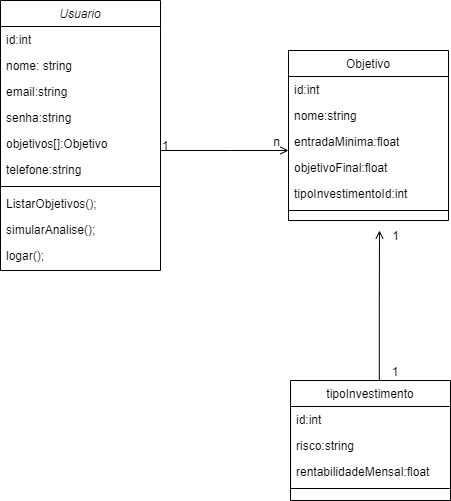
Above: DiagramasimuladorSaks.png in bernarDuarte/SimuladorDeInvestimento (draw.io), before the change. Source tidied: cells renumbered, new cells last; positions are measured from the earlier drawing's top-left corner, leaving out a move shared by most shapes. Its diagram source:
```xml
<mxGraphModel>
  <root>
    <mxCell id="0" />
    <mxCell id="1" parent="0" />
    <mxCell id="2" value="Usuario" style="swimlane;fontStyle=2;align=center;verticalAlign=top;horizontal=1;startSize=26;rounded=0;shadow=0;strokeWidth=1;" parent="1" vertex="1">
      <mxGeometry width="160" height="270" as="geometry" />
    </mxCell>
    <mxCell id="3" value="id:int" style="text;align=left;verticalAlign=top;spacingLeft=4;spacingRight=4;overflow=hidden;rounded=0;shadow=0;html=0;" parent="2" vertex="1">
      <mxGeometry y="26" width="160" height="26" as="geometry" />
    </mxCell>
    <mxCell id="4" value="nome: string" style="text;align=left;verticalAlign=top;spacingLeft=4;spacingRight=4;overflow=hidden;" parent="2" vertex="1">
      <mxGeometry y="52" width="160" height="26" as="geometry" />
    </mxCell>
    <mxCell id="5" value="email:string" style="text;align=left;verticalAlign=top;spacingLeft=4;spacingRight=4;overflow=hidden;rounded=0;shadow=0;html=0;" parent="2" vertex="1">
      <mxGeometry y="78" width="160" height="26" as="geometry" />
    </mxCell>
    <mxCell id="6" value="senha:string" style="text;align=left;verticalAlign=top;spacingLeft=4;spacingRight=4;overflow=hidden;rounded=0;shadow=0;html=0;" parent="2" vertex="1">
      <mxGeometry y="104" width="160" height="26" as="geometry" />
    </mxCell>
    <mxCell id="7" value="objetivos[]:Objetivo" style="text;align=left;verticalAlign=top;spacingLeft=4;spacingRight=4;overflow=hidden;rounded=0;shadow=0;html=0;" parent="2" vertex="1">
      <mxGeometry y="130" width="160" height="26" as="geometry" />
    </mxCell>
    <mxCell id="8" value="telefone:string" style="text;align=left;verticalAlign=top;spacingLeft=4;spacingRight=4;overflow=hidden;rounded=0;shadow=0;html=0;" parent="2" vertex="1">
      <mxGeometry y="156" width="160" height="26" as="geometry" />
    </mxCell>
    <mxCell id="9" style="line;html=1;strokeWidth=1;align=left;verticalAlign=middle;spacingTop=-1;spacingLeft=3;spacingRight=3;labelPosition=right;" parent="2" vertex="1">
      <mxGeometry y="182" width="160" height="8" as="geometry" />
    </mxCell>
    <mxCell id="10" value="ListarObjetivos();" style="text;align=left;verticalAlign=top;spacingLeft=4;spacingRight=4;overflow=hidden;" parent="2" vertex="1">
      <mxGeometry y="190" width="160" height="26" as="geometry" />
    </mxCell>
    <mxCell id="11" value="simularAnalise();" style="text;align=left;verticalAlign=top;spacingLeft=4;spacingRight=4;overflow=hidden;" parent="2" vertex="1">
      <mxGeometry y="216" width="160" height="26" as="geometry" />
    </mxCell>
    <mxCell id="12" value="logar();" style="text;align=left;verticalAlign=top;spacingLeft=4;spacingRight=4;overflow=hidden;" parent="2" vertex="1">
      <mxGeometry y="242" width="160" height="26" as="geometry" />
    </mxCell>
    <mxCell id="13" value="tipoInvestimento" style="swimlane;fontStyle=0;align=center;verticalAlign=top;horizontal=1;startSize=26;rounded=0;shadow=0;strokeWidth=1;" parent="1" vertex="1">
      <mxGeometry x="290" y="380" width="160" height="120" as="geometry" />
    </mxCell>
    <mxCell id="14" value="id:int" style="text;align=left;verticalAlign=top;spacingLeft=4;spacingRight=4;overflow=hidden;" parent="13" vertex="1">
      <mxGeometry y="26" width="160" height="26" as="geometry" />
    </mxCell>
    <mxCell id="15" value="risco:string&#10;" style="text;align=left;verticalAlign=top;spacingLeft=4;spacingRight=4;overflow=hidden;rounded=0;shadow=0;html=0;" parent="13" vertex="1">
      <mxGeometry y="52" width="160" height="26" as="geometry" />
    </mxCell>
    <mxCell id="16" value="rentabilidadeMensal:float" style="text;align=left;verticalAlign=top;spacingLeft=4;spacingRight=4;overflow=hidden;" parent="13" vertex="1">
      <mxGeometry y="78" width="160" height="26" as="geometry" />
    </mxCell>
    <mxCell id="17" style="line;html=1;strokeWidth=1;align=left;verticalAlign=middle;spacingTop=-1;spacingLeft=3;spacingRight=3;labelPosition=right;" parent="13" vertex="1">
      <mxGeometry y="104" width="160" height="8" as="geometry" />
    </mxCell>
    <mxCell id="18" value="Objetivo" style="swimlane;fontStyle=0;align=center;verticalAlign=top;horizontal=1;startSize=26;rounded=0;shadow=0;strokeWidth=1;" parent="1" vertex="1">
      <mxGeometry x="288" y="50" width="160" height="170" as="geometry" />
    </mxCell>
    <mxCell id="19" value="id:int" style="text;align=left;verticalAlign=top;spacingLeft=4;spacingRight=4;overflow=hidden;" parent="18" vertex="1">
      <mxGeometry y="26" width="160" height="26" as="geometry" />
    </mxCell>
    <mxCell id="20" value="nome:string&#10;" style="text;align=left;verticalAlign=top;spacingLeft=4;spacingRight=4;overflow=hidden;rounded=0;shadow=0;html=0;" parent="18" vertex="1">
      <mxGeometry y="52" width="160" height="26" as="geometry" />
    </mxCell>
    <mxCell id="21" value="entradaMinima:float" style="text;align=left;verticalAlign=top;spacingLeft=4;spacingRight=4;overflow=hidden;rounded=0;shadow=0;html=0;" parent="18" vertex="1">
      <mxGeometry y="78" width="160" height="26" as="geometry" />
    </mxCell>
    <mxCell id="22" value="objetivoFinal:float" style="text;align=left;verticalAlign=top;spacingLeft=4;spacingRight=4;overflow=hidden;rounded=0;shadow=0;html=0;" parent="18" vertex="1">
      <mxGeometry y="104" width="160" height="26" as="geometry" />
    </mxCell>
    <mxCell id="23" value="tipoInvestimentoId:int" style="text;align=left;verticalAlign=top;spacingLeft=4;spacingRight=4;overflow=hidden;rounded=0;shadow=0;html=0;" parent="18" vertex="1">
      <mxGeometry y="130" width="160" height="26" as="geometry" />
    </mxCell>
    <mxCell id="24" style="line;html=1;strokeWidth=1;align=left;verticalAlign=middle;spacingTop=-1;spacingLeft=3;spacingRight=3;labelPosition=right;" parent="18" vertex="1">
      <mxGeometry y="156" width="160" height="8" as="geometry" />
    </mxCell>
    <mxCell id="25" style="endArrow=open;shadow=0;strokeWidth=1;rounded=0;endFill=1;edgeStyle=elbowEdgeStyle;elbow=vertical;" parent="1" edge="1" source="2" target="18">
      <mxGeometry x="0.5" y="41" relative="1" as="geometry">
        <Array as="points">
          <mxPoint x="230" y="150" />
        </Array>
        <mxPoint x="-40" y="32" as="offset" />
      </mxGeometry>
    </mxCell>
    <mxCell id="26" value="1 " style="align=left;verticalAlign=bottom;labelBackgroundColor=none;fontSize=12;" parent="25" vertex="1">
      <mxGeometry x="-1" relative="1" as="geometry">
        <mxPoint y="4" as="offset" />
      </mxGeometry>
    </mxCell>
    <mxCell id="27" value="n" style="align=right;verticalAlign=bottom;labelBackgroundColor=none;fontSize=12;" parent="25" vertex="1">
      <mxGeometry x="1" relative="1" as="geometry">
        <mxPoint x="-7" as="offset" />
      </mxGeometry>
    </mxCell>
    <mxCell id="28" style="endArrow=open;shadow=0;strokeWidth=1;rounded=0;endFill=1;edgeStyle=elbowEdgeStyle;elbow=vertical;exitX=0.555;exitY=0;exitDx=0;exitDy=0;exitPerimeter=0;" parent="1" edge="1" source="13">
      <mxGeometry x="0.5" y="41" relative="1" as="geometry">
        <mxPoint x="379" y="230" as="targetPoint" />
        <mxPoint x="-40" y="32" as="offset" />
      </mxGeometry>
    </mxCell>
    <mxCell id="29" value="1" style="align=left;verticalAlign=bottom;labelBackgroundColor=none;fontSize=12;" parent="28" vertex="1">
      <mxGeometry x="-1" relative="1" as="geometry">
        <mxPoint x="11" as="offset" />
      </mxGeometry>
    </mxCell>
    <mxCell id="30" value="1" style="align=right;verticalAlign=bottom;labelBackgroundColor=none;fontSize=12;" parent="28" vertex="1">
      <mxGeometry x="1" relative="1" as="geometry">
        <mxPoint x="21" y="14" as="offset" />
      </mxGeometry>
    </mxCell>
  </root>
</mxGraphModel>
```
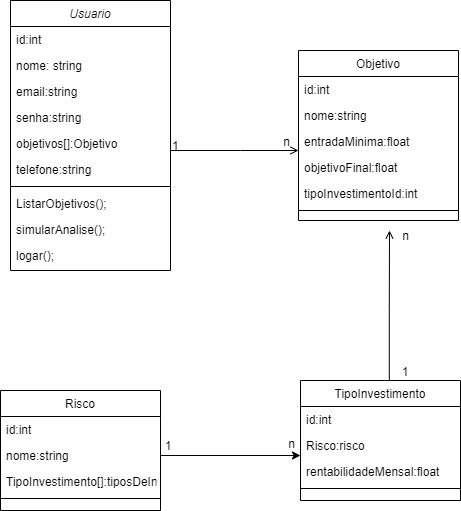
Above is the later version.

The edit, as a diff of the source:
```diff
@@ -35,13 +35,13 @@
     <mxCell id="12" value="logar();" style="text;align=left;verticalAlign=top;spacingLeft=4;spacingRight=4;overflow=hidden;" parent="2" vertex="1">
       <mxGeometry y="242" width="160" height="26" as="geometry" />
     </mxCell>
-    <mxCell id="13" value="tipoInvestimento" style="swimlane;fontStyle=0;align=center;verticalAlign=top;horizontal=1;startSize=26;rounded=0;shadow=0;strokeWidth=1;" parent="1" vertex="1">
+    <mxCell id="13" value="TipoInvestimento" style="swimlane;fontStyle=0;align=center;verticalAlign=top;horizontal=1;startSize=26;rounded=0;shadow=0;strokeWidth=1;" parent="1" vertex="1">
       <mxGeometry x="290" y="380" width="160" height="120" as="geometry" />
     </mxCell>
     <mxCell id="14" value="id:int" style="text;align=left;verticalAlign=top;spacingLeft=4;spacingRight=4;overflow=hidden;" parent="13" vertex="1">
       <mxGeometry y="26" width="160" height="26" as="geometry" />
     </mxCell>
-    <mxCell id="15" value="risco:string&#10;" style="text;align=left;verticalAlign=top;spacingLeft=4;spacingRight=4;overflow=hidden;rounded=0;shadow=0;html=0;" parent="13" vertex="1">
+    <mxCell id="15" value="Risco:risco&#10;" style="text;align=left;verticalAlign=top;spacingLeft=4;spacingRight=4;overflow=hidden;rounded=0;shadow=0;html=0;" parent="13" vertex="1">
       <mxGeometry y="52" width="160" height="26" as="geometry" />
     </mxCell>
     <mxCell id="16" value="rentabilidadeMensal:float" style="text;align=left;verticalAlign=top;spacingLeft=4;spacingRight=4;overflow=hidden;" parent="13" vertex="1">
@@ -100,10 +100,38 @@
         <mxPoint x="11" as="offset" />
       </mxGeometry>
     </mxCell>
-    <mxCell id="30" value="1" style="align=right;verticalAlign=bottom;labelBackgroundColor=none;fontSize=12;" parent="28" vertex="1">
+    <mxCell id="30" value="n" style="align=right;verticalAlign=bottom;labelBackgroundColor=none;fontSize=12;" parent="28" vertex="1">
       <mxGeometry x="1" relative="1" as="geometry">
         <mxPoint x="21" y="14" as="offset" />
       </mxGeometry>
     </mxCell>
+    <mxCell id="31" value="Risco" style="swimlane;fontStyle=0;align=center;verticalAlign=top;horizontal=1;startSize=26;rounded=0;shadow=0;strokeWidth=1;" parent="1" vertex="1">
+      <mxGeometry x="-10" y="390" width="160" height="120" as="geometry" />
+    </mxCell>
+    <mxCell id="32" value="id:int" style="text;align=left;verticalAlign=top;spacingLeft=4;spacingRight=4;overflow=hidden;" parent="31" vertex="1">
+      <mxGeometry y="26" width="160" height="26" as="geometry" />
+    </mxCell>
+    <mxCell id="33" value="nome:string&#10;" style="text;align=left;verticalAlign=top;spacingLeft=4;spacingRight=4;overflow=hidden;points=[[0,0.5],[1,0.5]];portConstraint=eastwest;rounded=0;shadow=0;html=0;" parent="31" vertex="1">
+      <mxGeometry y="52" width="160" height="26" as="geometry" />
+    </mxCell>
+    <mxCell id="34" value="TipoInvestimento[]:tiposDeInvestimento&#10;" style="text;align=left;verticalAlign=top;spacingLeft=4;spacingRight=4;overflow=hidden;rounded=0;shadow=0;html=0;" parent="31" vertex="1">
+      <mxGeometry y="78" width="160" height="26" as="geometry" />
+    </mxCell>
+    <mxCell id="35" style="line;html=1;strokeWidth=1;align=left;verticalAlign=middle;spacingTop=-1;spacingLeft=3;spacingRight=3;labelPosition=right;" parent="31" vertex="1">
+      <mxGeometry y="104" width="160" height="8" as="geometry" />
+    </mxCell>
+    <mxCell id="36" value="1" style="align=left;verticalAlign=bottom;labelBackgroundColor=none;fontSize=12;" parent="1" vertex="1">
+      <mxGeometry x="87.8" y="394" as="geometry">
+        <mxPoint x="65" y="60" as="offset" />
+      </mxGeometry>
+    </mxCell>
+    <mxCell id="37" style="endArrow=classic;html=1;rounded=0;exitX=1;exitY=0.5;exitDx=0;exitDy=0;" parent="1" edge="1" source="33">
+      <mxGeometry relative="1" as="geometry">
+        <mxPoint x="290" y="455" as="targetPoint" />
+      </mxGeometry>
+    </mxCell>
+    <mxCell id="38" value="n" style="text;html=1;align=center;verticalAlign=middle;strokeColor=none;fillColor=none;" parent="1" vertex="1">
+      <mxGeometry x="266" y="429" width="30" height="30" as="geometry" />
+    </mxCell>
   </root>
 </mxGraphModel>
```
